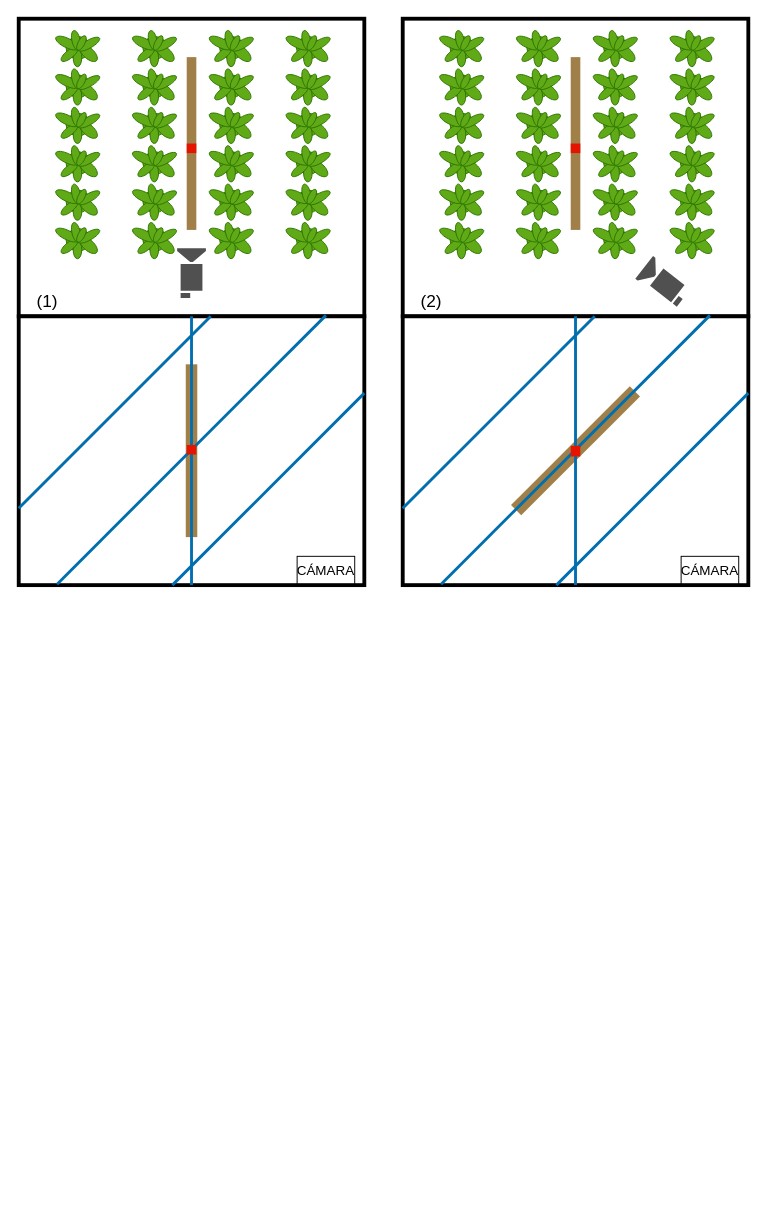
Above: DIAGRAMS/DATASET-CREATION.drawio in christiantorres29/DEMETER (draw.io), before the change. Source tidied: cells renumbered, new cells numbered last; positions are measured from the earlier drawing's top-left corner, leaving out a move shared by most shapes. Both pictures are drawn from the tidied source at 96%, with x=0, y=0 at pixel (18, 18).
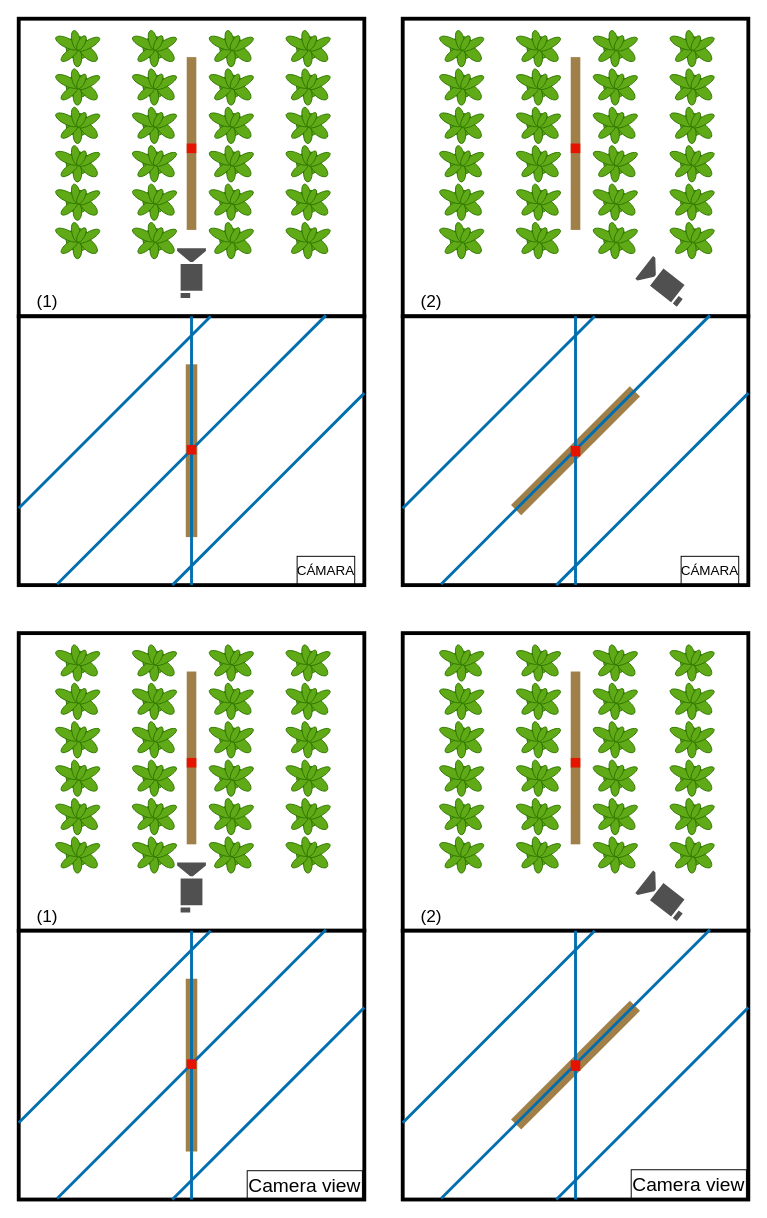
The same page after the edit.

Diff of the diagram source:
```diff
@@
+    <mxCell id="78" style="rounded=0;whiteSpace=wrap;html=1;strokeColor=default;strokeWidth=4;" parent="1" vertex="1">
+      <mxGeometry y="640" width="360" height="310" as="geometry" />
+    </mxCell>
+    <mxCell id="79" style="verticalLabelPosition=bottom;html=1;verticalAlign=top;align=center;shape=mxgraph.floorplan.plant;fillColor=#60a917;strokeColor=#2D7600;fontColor=#ffffff;" parent="1" vertex="1">
+      <mxGeometry x="40" y="650" width="40" height="40" as="geometry" />
+    </mxCell>
+    <mxCell id="80" style="verticalLabelPosition=bottom;html=1;verticalAlign=top;align=center;shape=mxgraph.floorplan.plant;fillColor=#60a917;strokeColor=#2D7600;fontColor=#ffffff;" parent="1" vertex="1">
+      <mxGeometry x="40" y="690" width="40" height="40" as="geometry" />
+    </mxCell>
+    <mxCell id="81" style="verticalLabelPosition=bottom;html=1;verticalAlign=top;align=center;shape=mxgraph.floorplan.plant;fillColor=#60a917;strokeColor=#2D7600;fontColor=#ffffff;" parent="1" vertex="1">
+      <mxGeometry x="40" y="730" width="40" height="40" as="geometry" />
+    </mxCell>
+    <mxCell id="82" style="verticalLabelPosition=bottom;html=1;verticalAlign=top;align=center;shape=mxgraph.floorplan.plant;fillColor=#60a917;strokeColor=#2D7600;fontColor=#ffffff;" parent="1" vertex="1">
+      <mxGeometry x="40" y="770" width="40" height="40" as="geometry" />
+    </mxCell>
+    <mxCell id="83" style="verticalLabelPosition=bottom;html=1;verticalAlign=top;align=center;shape=mxgraph.floorplan.plant;fillColor=#60a917;strokeColor=#2D7600;fontColor=#ffffff;" parent="1" vertex="1">
+      <mxGeometry x="40" y="810" width="40" height="40" as="geometry" />
+    </mxCell>
+    <mxCell id="84" style="verticalLabelPosition=bottom;html=1;verticalAlign=top;align=center;shape=mxgraph.floorplan.plant;fillColor=#60a917;strokeColor=#2D7600;fontColor=#ffffff;" parent="1" vertex="1">
+      <mxGeometry x="40" y="850" width="40" height="40" as="geometry" />
+    </mxCell>
+    <mxCell id="85" style="verticalLabelPosition=bottom;html=1;verticalAlign=top;align=center;shape=mxgraph.floorplan.plant;fillColor=#60a917;strokeColor=#2D7600;fontColor=#ffffff;" parent="1" vertex="1">
+      <mxGeometry x="120" y="650" width="40" height="40" as="geometry" />
+    </mxCell>
+    <mxCell id="86" style="verticalLabelPosition=bottom;html=1;verticalAlign=top;align=center;shape=mxgraph.floorplan.plant;fillColor=#60a917;strokeColor=#2D7600;fontColor=#ffffff;" parent="1" vertex="1">
+      <mxGeometry x="120" y="690" width="40" height="40" as="geometry" />
+    </mxCell>
+    <mxCell id="87" style="verticalLabelPosition=bottom;html=1;verticalAlign=top;align=center;shape=mxgraph.floorplan.plant;fillColor=#60a917;strokeColor=#2D7600;fontColor=#ffffff;" parent="1" vertex="1">
+      <mxGeometry x="120" y="730" width="40" height="40" as="geometry" />
+    </mxCell>
+    <mxCell id="88" style="verticalLabelPosition=bottom;html=1;verticalAlign=top;align=center;shape=mxgraph.floorplan.plant;fillColor=#60a917;strokeColor=#2D7600;fontColor=#ffffff;" parent="1" vertex="1">
+      <mxGeometry x="120" y="770" width="40" height="40" as="geometry" />
+    </mxCell>
+    <mxCell id="89" style="verticalLabelPosition=bottom;html=1;verticalAlign=top;align=center;shape=mxgraph.floorplan.plant;fillColor=#60a917;strokeColor=#2D7600;fontColor=#ffffff;" parent="1" vertex="1">
+      <mxGeometry x="120" y="810" width="40" height="40" as="geometry" />
+    </mxCell>
+    <mxCell id="90" style="verticalLabelPosition=bottom;html=1;verticalAlign=top;align=center;shape=mxgraph.floorplan.plant;fillColor=#60a917;strokeColor=#2D7600;fontColor=#ffffff;" parent="1" vertex="1">
+      <mxGeometry x="120" y="850" width="40" height="40" as="geometry" />
+    </mxCell>
+    <mxCell id="91" style="verticalLabelPosition=bottom;html=1;verticalAlign=top;align=center;shape=mxgraph.floorplan.plant;fillColor=#60a917;strokeColor=#2D7600;fontColor=#ffffff;" parent="1" vertex="1">
+      <mxGeometry x="200" y="650" width="40" height="40" as="geometry" />
+    </mxCell>
+    <mxCell id="92" style="verticalLabelPosition=bottom;html=1;verticalAlign=top;align=center;shape=mxgraph.floorplan.plant;fillColor=#60a917;strokeColor=#2D7600;fontColor=#ffffff;" parent="1" vertex="1">
+      <mxGeometry x="200" y="690" width="40" height="40" as="geometry" />
+    </mxCell>
+    <mxCell id="93" style="verticalLabelPosition=bottom;html=1;verticalAlign=top;align=center;shape=mxgraph.floorplan.plant;fillColor=#60a917;strokeColor=#2D7600;fontColor=#ffffff;" parent="1" vertex="1">
+      <mxGeometry x="200" y="730" width="40" height="40" as="geometry" />
+    </mxCell>
+    <mxCell id="94" style="verticalLabelPosition=bottom;html=1;verticalAlign=top;align=center;shape=mxgraph.floorplan.plant;fillColor=#60a917;strokeColor=#2D7600;fontColor=#ffffff;" parent="1" vertex="1">
+      <mxGeometry x="200" y="770" width="40" height="40" as="geometry" />
+    </mxCell>
+    <mxCell id="95" style="verticalLabelPosition=bottom;html=1;verticalAlign=top;align=center;shape=mxgraph.floorplan.plant;fillColor=#60a917;strokeColor=#2D7600;fontColor=#ffffff;" parent="1" vertex="1">
+      <mxGeometry x="200" y="810" width="40" height="40" as="geometry" />
+    </mxCell>
+    <mxCell id="96" style="verticalLabelPosition=bottom;html=1;verticalAlign=top;align=center;shape=mxgraph.floorplan.plant;fillColor=#60a917;strokeColor=#2D7600;fontColor=#ffffff;" parent="1" vertex="1">
+      <mxGeometry x="200" y="850" width="40" height="40" as="geometry" />
+    </mxCell>
+    <mxCell id="97" style="verticalLabelPosition=bottom;html=1;verticalAlign=top;align=center;shape=mxgraph.floorplan.plant;fillColor=#60a917;strokeColor=#2D7600;fontColor=#ffffff;" parent="1" vertex="1">
+      <mxGeometry x="280" y="650" width="40" height="40" as="geometry" />
+    </mxCell>
+    <mxCell id="98" style="verticalLabelPosition=bottom;html=1;verticalAlign=top;align=center;shape=mxgraph.floorplan.plant;fillColor=#60a917;strokeColor=#2D7600;fontColor=#ffffff;" parent="1" vertex="1">
+      <mxGeometry x="280" y="690" width="40" height="40" as="geometry" />
+    </mxCell>
+    <mxCell id="99" style="verticalLabelPosition=bottom;html=1;verticalAlign=top;align=center;shape=mxgraph.floorplan.plant;fillColor=#60a917;strokeColor=#2D7600;fontColor=#ffffff;" parent="1" vertex="1">
+      <mxGeometry x="280" y="730" width="40" height="40" as="geometry" />
+    </mxCell>
+    <mxCell id="100" style="verticalLabelPosition=bottom;html=1;verticalAlign=top;align=center;shape=mxgraph.floorplan.plant;fillColor=#60a917;strokeColor=#2D7600;fontColor=#ffffff;" parent="1" vertex="1">
+      <mxGeometry x="280" y="770" width="40" height="40" as="geometry" />
+    </mxCell>
+    <mxCell id="101" style="verticalLabelPosition=bottom;html=1;verticalAlign=top;align=center;shape=mxgraph.floorplan.plant;fillColor=#60a917;strokeColor=#2D7600;fontColor=#ffffff;" parent="1" vertex="1">
+      <mxGeometry x="280" y="810" width="40" height="40" as="geometry" />
+    </mxCell>
+    <mxCell id="102" style="verticalLabelPosition=bottom;html=1;verticalAlign=top;align=center;shape=mxgraph.floorplan.plant;fillColor=#60a917;strokeColor=#2D7600;fontColor=#ffffff;" parent="1" vertex="1">
+      <mxGeometry x="280" y="850" width="40" height="40" as="geometry" />
+    </mxCell>
+    <mxCell id="103" style="sketch=0;shadow=0;dashed=0;html=1;strokeColor=none;fillColor=#505050;labelPosition=center;verticalLabelPosition=bottom;verticalAlign=top;align=center;shape=mxgraph.office.devices.video_camera;rotation=-90;" parent="1" vertex="1">
+      <mxGeometry x="154" y="890" width="52" height="30" as="geometry" />
+    </mxCell>
+    <mxCell id="104" style="rounded=0;whiteSpace=wrap;html=1;fillColor=#A08048;strokeColor=none;fontColor=#ffffff;fillStyle=auto;strokeWidth=2;gradientColor=none;gradientDirection=radial;" parent="1" vertex="1">
+      <mxGeometry x="175" y="680" width="10" height="180" as="geometry" />
+    </mxCell>
+    <mxCell id="105" style="rounded=0;whiteSpace=wrap;html=1;fillColor=#e51400;fontColor=#ffffff;strokeColor=none;" parent="1" vertex="1">
+      <mxGeometry x="175" y="770" width="10" height="10" as="geometry" />
+    </mxCell>
+    <mxCell id="106" style="rounded=0;whiteSpace=wrap;html=1;strokeColor=default;strokeWidth=4;" parent="1" vertex="1">
+      <mxGeometry y="950" width="360" height="280" as="geometry" />
+    </mxCell>
+    <mxCell id="107" style="endArrow=none;html=1;rounded=0;fillColor=#1ba1e2;strokeColor=#006EAF;strokeWidth=3;exitX=0.5;exitY=1;exitDx=0;exitDy=0;entryX=0.5;entryY=0;entryDx=0;entryDy=0;" parent="1" edge="1" source="109">
+      <mxGeometry relative="1" as="geometry">
+        <mxPoint x="180" y="1000" as="targetPoint" />
+      </mxGeometry>
+    </mxCell>
+    <mxCell id="108" style="endArrow=none;html=1;rounded=0;fillColor=#1ba1e2;strokeColor=#006EAF;strokeWidth=3;exitX=0.5;exitY=1;exitDx=0;exitDy=0;entryX=0.5;entryY=0;entryDx=0;entryDy=0;" parent="1" edge="1" source="106" target="109">
+      <mxGeometry relative="1" as="geometry" />
+    </mxCell>
+    <mxCell id="109" style="rounded=0;whiteSpace=wrap;html=1;fillColor=#A08048;strokeColor=none;fontColor=#ffffff;fillStyle=auto;strokeWidth=2;gradientColor=none;gradientDirection=radial;" parent="1" vertex="1">
+      <mxGeometry x="174" y="1000" width="12" height="180" as="geometry" />
+    </mxCell>
+    <mxCell id="110" style="rounded=0;whiteSpace=wrap;html=1;strokeColor=default;strokeWidth=4;" parent="1" vertex="1">
+      <mxGeometry x="400" y="640" width="360" height="310" as="geometry" />
+    </mxCell>
+    <mxCell id="111" style="verticalLabelPosition=bottom;html=1;verticalAlign=top;align=center;shape=mxgraph.floorplan.plant;fillColor=#60a917;strokeColor=#2D7600;fontColor=#ffffff;" parent="1" vertex="1">
+      <mxGeometry x="440" y="650" width="40" height="40" as="geometry" />
+    </mxCell>
+    <mxCell id="112" style="verticalLabelPosition=bottom;html=1;verticalAlign=top;align=center;shape=mxgraph.floorplan.plant;fillColor=#60a917;strokeColor=#2D7600;fontColor=#ffffff;" parent="1" vertex="1">
+      <mxGeometry x="440" y="690" width="40" height="40" as="geometry" />
+    </mxCell>
+    <mxCell id="113" style="verticalLabelPosition=bottom;html=1;verticalAlign=top;align=center;shape=mxgraph.floorplan.plant;fillColor=#60a917;strokeColor=#2D7600;fontColor=#ffffff;" parent="1" vertex="1">
+      <mxGeometry x="440" y="730" width="40" height="40" as="geometry" />
+    </mxCell>
+    <mxCell id="114" style="verticalLabelPosition=bottom;html=1;verticalAlign=top;align=center;shape=mxgraph.floorplan.plant;fillColor=#60a917;strokeColor=#2D7600;fontColor=#ffffff;" parent="1" vertex="1">
+      <mxGeometry x="440" y="770" width="40" height="40" as="geometry" />
+    </mxCell>
+    <mxCell id="115" style="verticalLabelPosition=bottom;html=1;verticalAlign=top;align=center;shape=mxgraph.floorplan.plant;fillColor=#60a917;strokeColor=#2D7600;fontColor=#ffffff;" parent="1" vertex="1">
+      <mxGeometry x="440" y="810" width="40" height="40" as="geometry" />
+    </mxCell>
+    <mxCell id="116" style="verticalLabelPosition=bottom;html=1;verticalAlign=top;align=center;shape=mxgraph.floorplan.plant;fillColor=#60a917;strokeColor=#2D7600;fontColor=#ffffff;" parent="1" vertex="1">
+      <mxGeometry x="440" y="850" width="40" height="40" as="geometry" />
+    </mxCell>
+    <mxCell id="117" style="verticalLabelPosition=bottom;html=1;verticalAlign=top;align=center;shape=mxgraph.floorplan.plant;fillColor=#60a917;strokeColor=#2D7600;fontColor=#ffffff;" parent="1" vertex="1">
+      <mxGeometry x="520" y="650" width="40" height="40" as="geometry" />
+    </mxCell>
+    <mxCell id="118" style="verticalLabelPosition=bottom;html=1;verticalAlign=top;align=center;shape=mxgraph.floorplan.plant;fillColor=#60a917;strokeColor=#2D7600;fontColor=#ffffff;" parent="1" vertex="1">
+      <mxGeometry x="520" y="690" width="40" height="40" as="geometry" />
+    </mxCell>
+    <mxCell id="119" style="verticalLabelPosition=bottom;html=1;verticalAlign=top;align=center;shape=mxgraph.floorplan.plant;fillColor=#60a917;strokeColor=#2D7600;fontColor=#ffffff;" parent="1" vertex="1">
+      <mxGeometry x="520" y="730" width="40" height="40" as="geometry" />
+    </mxCell>
+    <mxCell id="120" style="verticalLabelPosition=bottom;html=1;verticalAlign=top;align=center;shape=mxgraph.floorplan.plant;fillColor=#60a917;strokeColor=#2D7600;fontColor=#ffffff;" parent="1" vertex="1">
+      <mxGeometry x="520" y="770" width="40" height="40" as="geometry" />
+    </mxCell>
+    <mxCell id="121" style="verticalLabelPosition=bottom;html=1;verticalAlign=top;align=center;shape=mxgraph.floorplan.plant;fillColor=#60a917;strokeColor=#2D7600;fontColor=#ffffff;" parent="1" vertex="1">
+      <mxGeometry x="520" y="810" width="40" height="40" as="geometry" />
+    </mxCell>
+    <mxCell id="122" style="verticalLabelPosition=bottom;html=1;verticalAlign=top;align=center;shape=mxgraph.floorplan.plant;fillColor=#60a917;strokeColor=#2D7600;fontColor=#ffffff;" parent="1" vertex="1">
+      <mxGeometry x="520" y="850" width="40" height="40" as="geometry" />
+    </mxCell>
+    <mxCell id="123" style="verticalLabelPosition=bottom;html=1;verticalAlign=top;align=center;shape=mxgraph.floorplan.plant;fillColor=#60a917;strokeColor=#2D7600;fontColor=#ffffff;" parent="1" vertex="1">
+      <mxGeometry x="600" y="650" width="40" height="40" as="geometry" />
+    </mxCell>
+    <mxCell id="124" style="verticalLabelPosition=bottom;html=1;verticalAlign=top;align=center;shape=mxgraph.floorplan.plant;fillColor=#60a917;strokeColor=#2D7600;fontColor=#ffffff;" parent="1" vertex="1">
+      <mxGeometry x="600" y="690" width="40" height="40" as="geometry" />
+    </mxCell>
+    <mxCell id="125" style="verticalLabelPosition=bottom;html=1;verticalAlign=top;align=center;shape=mxgraph.floorplan.plant;fillColor=#60a917;strokeColor=#2D7600;fontColor=#ffffff;" parent="1" vertex="1">
+      <mxGeometry x="600" y="730" width="40" height="40" as="geometry" />
+    </mxCell>
+    <mxCell id="126" style="verticalLabelPosition=bottom;html=1;verticalAlign=top;align=center;shape=mxgraph.floorplan.plant;fillColor=#60a917;strokeColor=#2D7600;fontColor=#ffffff;" parent="1" vertex="1">
+      <mxGeometry x="600" y="770" width="40" height="40" as="geometry" />
+    </mxCell>
+    <mxCell id="127" style="verticalLabelPosition=bottom;html=1;verticalAlign=top;align=center;shape=mxgraph.floorplan.plant;fillColor=#60a917;strokeColor=#2D7600;fontColor=#ffffff;" parent="1" vertex="1">
+      <mxGeometry x="600" y="810" width="40" height="40" as="geometry" />
+    </mxCell>
+    <mxCell id="128" style="verticalLabelPosition=bottom;html=1;verticalAlign=top;align=center;shape=mxgraph.floorplan.plant;fillColor=#60a917;strokeColor=#2D7600;fontColor=#ffffff;" parent="1" vertex="1">
+      <mxGeometry x="600" y="850" width="40" height="40" as="geometry" />
+    </mxCell>
+    <mxCell id="129" style="verticalLabelPosition=bottom;html=1;verticalAlign=top;align=center;shape=mxgraph.floorplan.plant;fillColor=#60a917;strokeColor=#2D7600;fontColor=#ffffff;" parent="1" vertex="1">
+      <mxGeometry x="680" y="650" width="40" height="40" as="geometry" />
+    </mxCell>
+    <mxCell id="130" style="verticalLabelPosition=bottom;html=1;verticalAlign=top;align=center;shape=mxgraph.floorplan.plant;fillColor=#60a917;strokeColor=#2D7600;fontColor=#ffffff;" parent="1" vertex="1">
+      <mxGeometry x="680" y="690" width="40" height="40" as="geometry" />
+    </mxCell>
+    <mxCell id="131" style="verticalLabelPosition=bottom;html=1;verticalAlign=top;align=center;shape=mxgraph.floorplan.plant;fillColor=#60a917;strokeColor=#2D7600;fontColor=#ffffff;" parent="1" vertex="1">
+      <mxGeometry x="680" y="730" width="40" height="40" as="geometry" />
+    </mxCell>
+    <mxCell id="132" style="verticalLabelPosition=bottom;html=1;verticalAlign=top;align=center;shape=mxgraph.floorplan.plant;fillColor=#60a917;strokeColor=#2D7600;fontColor=#ffffff;" parent="1" vertex="1">
+      <mxGeometry x="680" y="770" width="40" height="40" as="geometry" />
+    </mxCell>
+    <mxCell id="133" style="verticalLabelPosition=bottom;html=1;verticalAlign=top;align=center;shape=mxgraph.floorplan.plant;fillColor=#60a917;strokeColor=#2D7600;fontColor=#ffffff;" parent="1" vertex="1">
+      <mxGeometry x="680" y="810" width="40" height="40" as="geometry" />
+    </mxCell>
+    <mxCell id="134" style="verticalLabelPosition=bottom;html=1;verticalAlign=top;align=center;shape=mxgraph.floorplan.plant;fillColor=#60a917;strokeColor=#2D7600;fontColor=#ffffff;" parent="1" vertex="1">
+      <mxGeometry x="680" y="850" width="40" height="40" as="geometry" />
+    </mxCell>
+    <mxCell id="135" style="sketch=0;shadow=0;dashed=0;html=1;strokeColor=none;fillColor=#505050;labelPosition=center;verticalLabelPosition=bottom;verticalAlign=top;align=center;shape=mxgraph.office.devices.video_camera;rotation=-142;" parent="1" vertex="1">
+      <mxGeometry x="646" y="900" width="52" height="30" as="geometry" />
+    </mxCell>
+    <mxCell id="136" style="rounded=0;whiteSpace=wrap;html=1;fillColor=#A08048;strokeColor=none;fontColor=#ffffff;fillStyle=auto;strokeWidth=2;gradientColor=none;gradientDirection=radial;" parent="1" vertex="1">
+      <mxGeometry x="575" y="680" width="10" height="180" as="geometry" />
+    </mxCell>
+    <mxCell id="137" style="rounded=0;whiteSpace=wrap;html=1;fillColor=#e51400;fontColor=#ffffff;strokeColor=none;" parent="1" vertex="1">
+      <mxGeometry x="575" y="770" width="10" height="10" as="geometry" />
+    </mxCell>
+    <mxCell id="138" style="rounded=0;whiteSpace=wrap;html=1;strokeColor=default;strokeWidth=4;" parent="1" vertex="1">
+      <mxGeometry x="400" y="950" width="360" height="280" as="geometry" />
+    </mxCell>
+    <mxCell id="139" style="rounded=0;whiteSpace=wrap;html=1;fillColor=#A08048;strokeColor=none;fontColor=#ffffff;fillStyle=auto;strokeWidth=2;rotation=45;gradientColor=none;gradientDirection=radial;" parent="1" vertex="1">
+      <mxGeometry x="572.5" y="1002.5" width="15" height="175" as="geometry" />
+    </mxCell>
+    <mxCell id="140" value="&lt;font style=&quot;font-size: 18px;&quot;&gt;(1)&lt;/font&gt;" style="text;html=1;strokeColor=none;fillColor=none;align=center;verticalAlign=middle;whiteSpace=wrap;rounded=0;" parent="1" vertex="1">
+      <mxGeometry y="920" width="60" height="30" as="geometry" />
+    </mxCell>
+    <mxCell id="141" value="&lt;font style=&quot;font-size: 18px;&quot;&gt;(2)&lt;/font&gt;" style="text;html=1;strokeColor=none;fillColor=none;align=center;verticalAlign=middle;whiteSpace=wrap;rounded=0;" parent="1" vertex="1">
+      <mxGeometry x="400" y="920" width="60" height="30" as="geometry" />
+    </mxCell>
+    <mxCell id="142" value="&lt;font style=&quot;font-size: 20px;&quot;&gt;Camera view&lt;/font&gt;" style="text;html=1;strokeColor=default;fillColor=none;align=center;verticalAlign=middle;whiteSpace=wrap;rounded=0;" parent="1" vertex="1">
+      <mxGeometry x="238" y="1200" width="120" height="30" as="geometry" />
+    </mxCell>
+    <mxCell id="143" style="endArrow=none;html=1;rounded=0;fillColor=#1ba1e2;strokeColor=#006EAF;strokeWidth=3;shadow=0;" parent="1" edge="1">
+      <mxGeometry relative="1" as="geometry">
+        <mxPoint x="400" y="1150" as="sourcePoint" />
+        <mxPoint x="600" y="950" as="targetPoint" />
+      </mxGeometry>
+    </mxCell>
+    <mxCell id="144" style="endArrow=none;html=1;rounded=0;fillColor=#1ba1e2;strokeColor=#006EAF;strokeWidth=3;" parent="1" edge="1">
+      <mxGeometry relative="1" as="geometry">
+        <mxPoint x="440" y="1229" as="sourcePoint" />
+        <mxPoint x="720" y="949" as="targetPoint" />
+      </mxGeometry>
+    </mxCell>
+    <mxCell id="145" style="endArrow=none;html=1;rounded=0;fillColor=#1ba1e2;strokeColor=#006EAF;strokeWidth=3;" parent="1" edge="1">
+      <mxGeometry relative="1" as="geometry">
+        <mxPoint x="560" y="1230" as="sourcePoint" />
+        <mxPoint x="760" y="1030" as="targetPoint" />
+      </mxGeometry>
+    </mxCell>
+    <mxCell id="146" style="endArrow=none;html=1;rounded=0;fillColor=#1ba1e2;strokeColor=#006EAF;strokeWidth=3;shadow=0;" parent="1" edge="1">
+      <mxGeometry relative="1" as="geometry">
+        <mxPoint y="1150" as="sourcePoint" />
+        <mxPoint x="200" y="950" as="targetPoint" />
+      </mxGeometry>
+    </mxCell>
+    <mxCell id="147" style="endArrow=none;html=1;rounded=0;fillColor=#1ba1e2;strokeColor=#006EAF;strokeWidth=3;" parent="1" edge="1">
+      <mxGeometry relative="1" as="geometry">
+        <mxPoint x="40" y="1229" as="sourcePoint" />
+        <mxPoint x="320" y="949" as="targetPoint" />
+      </mxGeometry>
+    </mxCell>
+    <mxCell id="148" style="endArrow=none;html=1;rounded=0;fillColor=#1ba1e2;strokeColor=#006EAF;strokeWidth=3;" parent="1" edge="1">
+      <mxGeometry relative="1" as="geometry">
+        <mxPoint x="160" y="1230" as="sourcePoint" />
+        <mxPoint x="360" y="1030" as="targetPoint" />
+      </mxGeometry>
+    </mxCell>
+    <mxCell id="149" style="endArrow=none;html=1;rounded=0;fillColor=#1ba1e2;strokeColor=#006EAF;strokeWidth=3;exitX=0.5;exitY=1;exitDx=0;exitDy=0;entryX=0.5;entryY=0;entryDx=0;entryDy=0;" parent="1" edge="1" source="138" target="138">
+      <mxGeometry relative="1" as="geometry" />
+    </mxCell>
+    <mxCell id="150" style="rounded=0;whiteSpace=wrap;html=1;fillColor=#e51400;fontColor=#ffffff;strokeColor=none;" parent="1" vertex="1">
+      <mxGeometry x="575" y="1085" width="10" height="11" as="geometry" />
+    </mxCell>
+    <mxCell id="151" style="endArrow=none;html=1;rounded=0;fillColor=#1ba1e2;strokeColor=#006EAF;strokeWidth=3;exitX=0.5;exitY=1;exitDx=0;exitDy=0;entryX=0.5;entryY=0;entryDx=0;entryDy=0;" parent="1" edge="1" target="106">
+      <mxGeometry relative="1" as="geometry">
+        <mxPoint x="180" y="1180" as="sourcePoint" />
+      </mxGeometry>
+    </mxCell>
+    <mxCell id="152" style="rounded=0;whiteSpace=wrap;html=1;fillColor=#e51400;fontColor=#ffffff;strokeColor=none;" parent="1" vertex="1">
+      <mxGeometry x="175" y="1084" width="10" height="10" as="geometry" />
+    </mxCell>
+    <mxCell id="153" value="&lt;font style=&quot;font-size: 20px;&quot;&gt;Camera view&lt;/font&gt;" style="text;html=1;strokeColor=default;fillColor=none;align=center;verticalAlign=middle;whiteSpace=wrap;rounded=0;" parent="1" vertex="1">
+      <mxGeometry x="638" y="1199" width="120" height="30" as="geometry" />
+    </mxCell>
```
